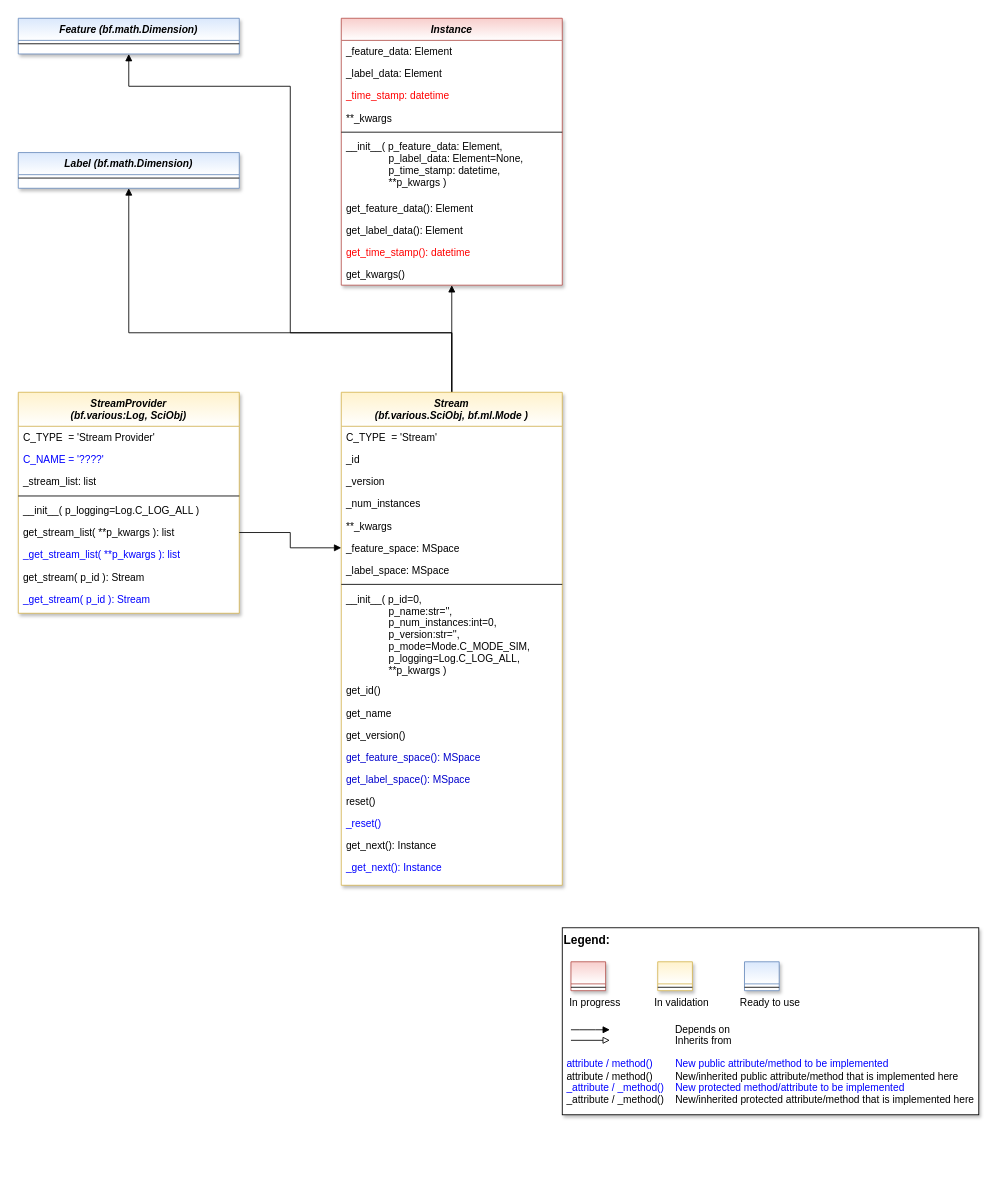
This is doc/rtd/content/append2/core/images/oa/MLPro-OA-Streams_class_diagram.drawio from fhswf/MLPro, a draw.io file, before an edit. Source tidied: cells renumbered, new cells numbered last; positions are measured from the earlier drawing's top-left corner, leaving out a move shared by most shapes. Both pictures are drawn from the tidied source at 85%, with x=0, y=0 at pixel (18, 18).
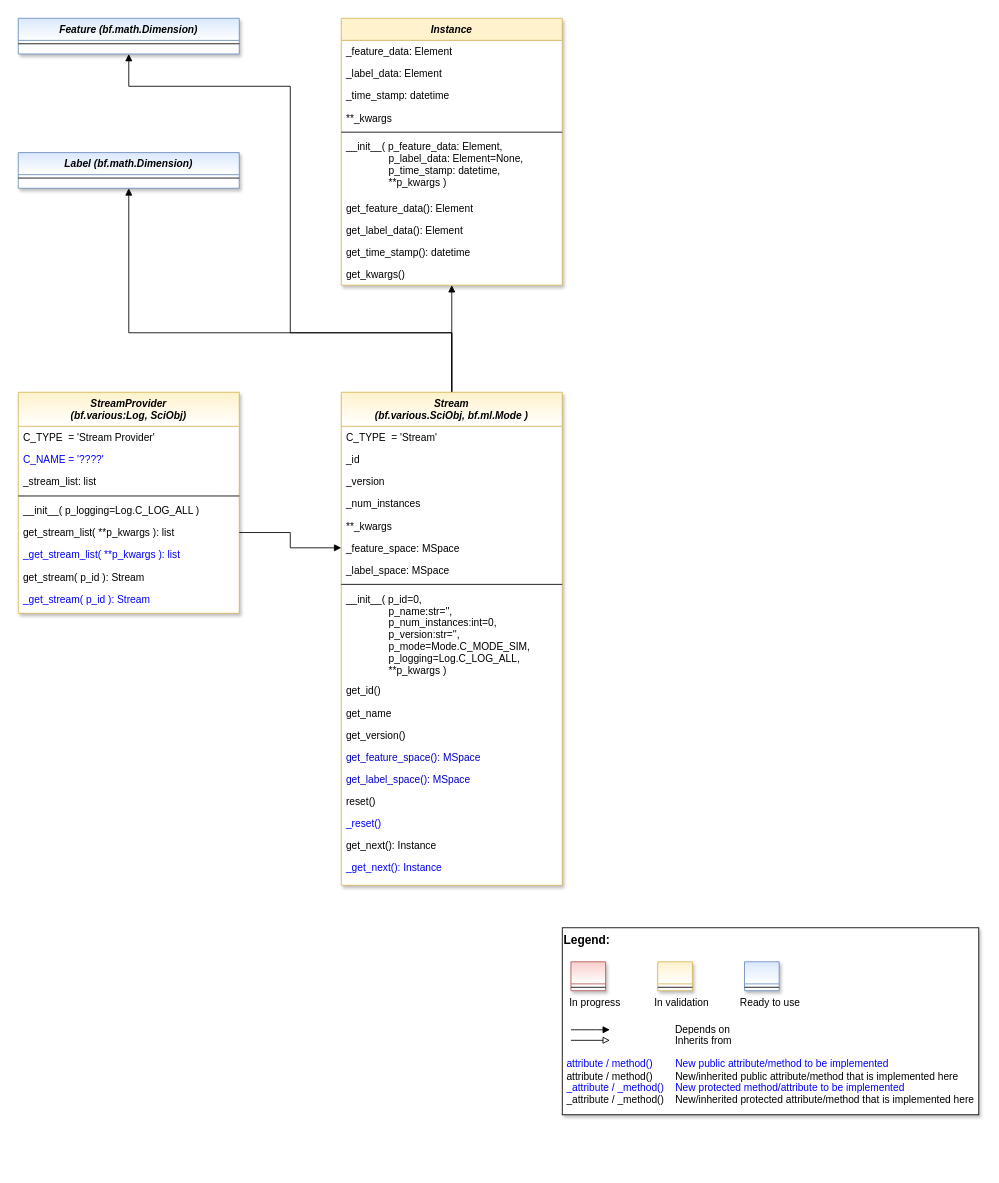
The same diagram, later.

Commit message (it also covers changes not shown here):
timestamp added to the instance class and updated the class diagram

Diff of the diagram source:
```diff
@@
-    <mxCell id="36" value="Instance" style="swimlane;fontStyle=3;align=center;verticalAlign=top;horizontal=1;startSize=26;rounded=0;shadow=1;strokeWidth=1;fillColor=#f8cecc;strokeColor=#b85450;swimlaneFillColor=#ffffff;gradientColor=#ffffff;" parent="1" vertex="1">
+    <mxCell id="36" value="Instance" style="swimlane;fontStyle=3;align=center;verticalAlign=top;horizontal=1;startSize=26;rounded=0;shadow=1;strokeWidth=1;fillColor=#fff2cc;strokeColor=#d6b656;swimlaneFillColor=#ffffff;" parent="1" vertex="1">
       <mxGeometry x="380" width="260" height="314" as="geometry" />
     </mxCell>
@@
-    <mxCell id="39" value="_time_stamp: datetime" style="text;align=left;verticalAlign=top;spacingLeft=4;spacingRight=4;overflow=hidden;fontColor=#FF0000;" parent="36" vertex="1">
+    <mxCell id="39" value="_time_stamp: datetime" style="text;align=left;verticalAlign=top;spacingLeft=4;spacingRight=4;overflow=hidden;fontColor=#000000;" parent="36" vertex="1">
       <mxGeometry y="78" width="260" height="26" as="geometry" />
     </mxCell>
@@
-    <mxCell id="45" value="get_time_stamp(): datetime" style="text;align=left;verticalAlign=top;spacingLeft=4;spacingRight=4;overflow=hidden;fontColor=#FF0000;" parent="36" vertex="1">
+    <mxCell id="45" value="get_time_stamp(): datetime" style="text;align=left;verticalAlign=top;spacingLeft=4;spacingRight=4;overflow=hidden;fontColor=#000000;" parent="36" vertex="1">
       <mxGeometry y="262" width="260" height="26" as="geometry" />
     </mxCell>
```
